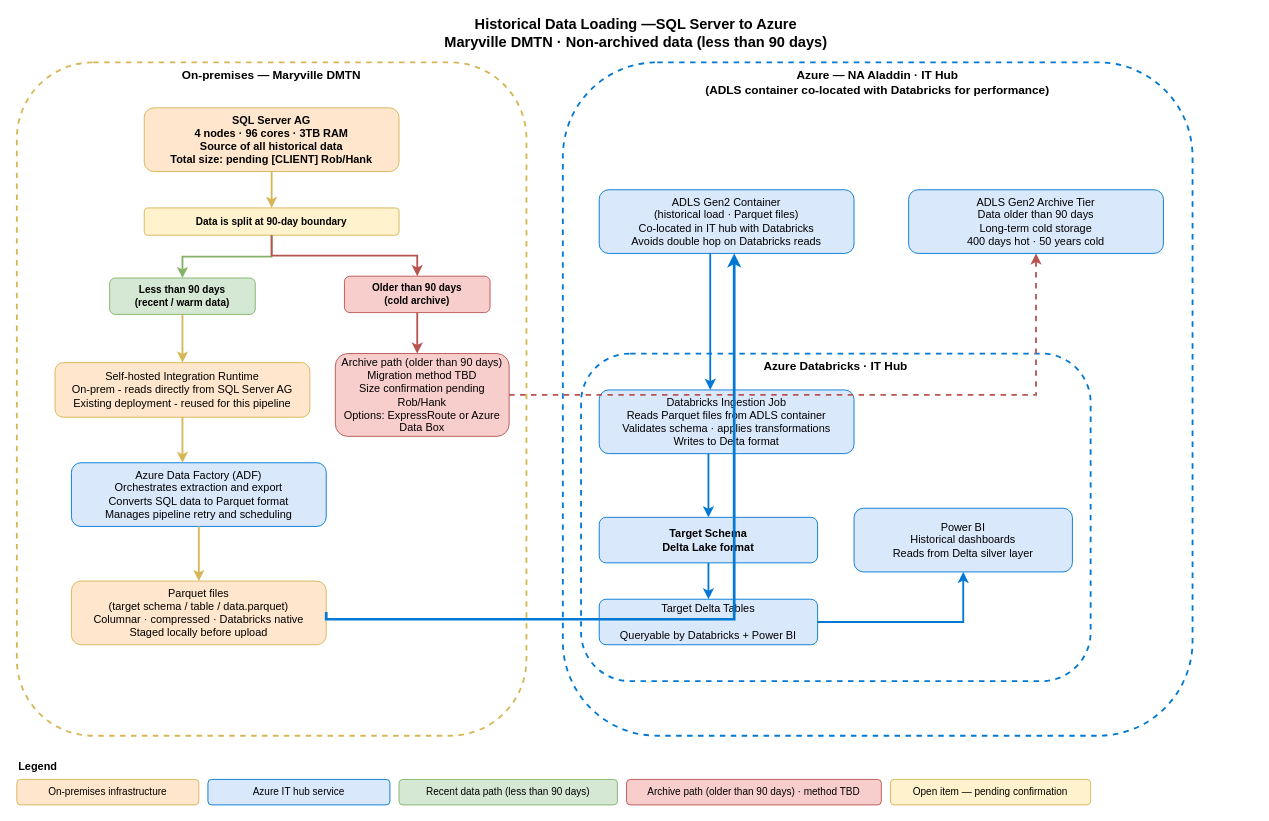
avinashr-insight/manufacturing-iot keeps this draw.io diagram as historical-data-loading.drawio. Above is the earlier version. Source tidied: cells renumbered, new cells numbered last; positions are measured from the earlier drawing's top-left corner, leaving out a move shared by most shapes. Both pictures are drawn from the tidied source at 91%, with x=0, y=0 at pixel (16, 16).
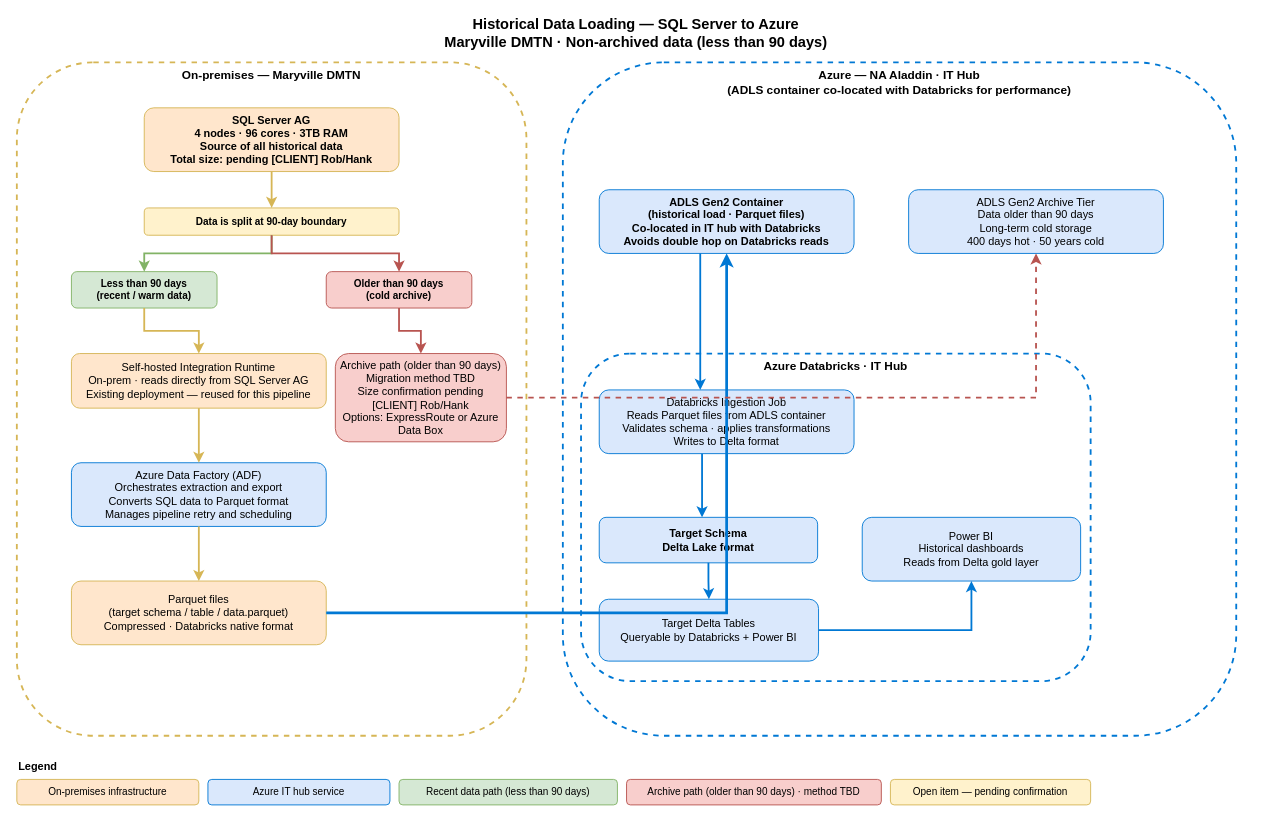
The same page after the edit.

Unchanged cells that the change refers to:
```xml
<mxCell id="9" value="Azure Data Factory (ADF)&#10;Orchestrates extraction and export&#10;Converts SQL data to Parquet format&#10;Manages pipeline retry and scheduling" style="rounded=1;whiteSpace=wrap;html=1;fillColor=#dae8fc;strokeColor=#0078d4;fontSize=12;" parent="1" vertex="1">
  <mxGeometry x="60" y="490" width="280" height="70" as="geometry" />
</mxCell>
<mxCell id="16" value="Databricks Ingestion Job&#10;Reads Parquet files from ADLS container&#10;Validates schema · applies transformations&#10;Writes to Delta format" style="rounded=1;whiteSpace=wrap;html=1;fillColor=#dae8fc;strokeColor=#0078d4;fontSize=12;" parent="1" vertex="1">
  <mxGeometry x="640" y="410" width="280" height="70" as="geometry" />
</mxCell>
<mxCell id="17" value="Target Schema&#10;Delta Lake format" style="rounded=1;whiteSpace=wrap;html=1;fillColor=#dae8fc;strokeColor=#0078d4;fontSize=12;fontStyle=1;" parent="1" vertex="1">
  <mxGeometry x="640" y="550" width="240" height="50" as="geometry" />
</mxCell>
```

What changed in the source:
```diff
@@
-    <mxCell id="2" value="Historical Data Loading —SQL Server to Azure&lt;br&gt;Maryville DMTN · Non-archived data (less than 90 days)" style="text;html=1;strokeColor=none;fillColor=none;align=center;verticalAlign=middle;fontSize=16;fontStyle=1;" parent="1" vertex="1">
+    <mxCell id="2" value="Historical Data Loading — SQL Server to Azure&#10;Maryville DMTN · Non-archived data (less than 90 days)" style="text;html=1;strokeColor=none;fillColor=none;align=center;verticalAlign=middle;fontSize=16;fontStyle=1;" parent="1" vertex="1">
       <mxGeometry width="1360" height="36" as="geometry" />
     </mxCell>
@@
     <mxCell id="6" value="Less than 90 days&#10;(recent / warm data)" style="rounded=1;whiteSpace=wrap;html=1;fillColor=#d5e8d4;strokeColor=#82b366;fontSize=11;fontStyle=1;" parent="1" vertex="1">
-      <mxGeometry x="102" y="287" width="160" height="40" as="geometry" />
+      <mxGeometry x="60" y="280" width="160" height="40" as="geometry" />
     </mxCell>
     <mxCell id="7" value="Older than 90 days&#10;(cold archive)" style="rounded=1;whiteSpace=wrap;html=1;fillColor=#f8cecc;strokeColor=#b85450;fontSize=11;fontStyle=1;" parent="1" vertex="1">
-      <mxGeometry x="360" y="285" width="160" height="40" as="geometry" />
+      <mxGeometry x="340" y="280" width="160" height="40" as="geometry" />
     </mxCell>
-    <mxCell id="8" value="Self-hosted Integration Runtime&lt;br&gt;On-prem - reads directly from SQL Server AG&lt;br&gt;Existing deployment - reused for this pipeline" style="rounded=1;whiteSpace=wrap;html=1;fillColor=#ffe6cc;strokeColor=#d6b656;fontSize=12;" parent="1" vertex="1">
-      <mxGeometry x="42" y="380" width="280" height="60" as="geometry" />
+    <mxCell id="8" value="Self-hosted Integration Runtime&#10;On-prem · reads directly from SQL Server AG&#10;Existing deployment — reused for this pipeline" style="rounded=1;whiteSpace=wrap;html=1;fillColor=#ffe6cc;strokeColor=#d6b656;fontSize=12;" parent="1" vertex="1">
+      <mxGeometry x="60" y="370" width="280" height="60" as="geometry" />
     </mxCell>
@@
-    <mxCell id="10" value="Parquet files&#10;(target schema / table / data.parquet)&#10;Columnar · compressed · Databricks native&#10;Staged locally before upload" style="rounded=1;whiteSpace=wrap;html=1;fillColor=#ffe6cc;strokeColor=#d6b656;fontSize=12;" parent="1" vertex="1">
+    <mxCell id="10" value="Parquet files&#10;(target schema / table / data.parquet)&#10;Compressed · Databricks native format" style="rounded=1;whiteSpace=wrap;html=1;fillColor=#ffe6cc;strokeColor=#d6b656;fontSize=12;" parent="1" vertex="1">
       <mxGeometry x="60" y="620" width="280" height="70" as="geometry" />
     </mxCell>
-    <mxCell id="11" value="Archive path (older than 90 days)&lt;br&gt;Migration method TBD&lt;br&gt;Size confirmation pending Rob/Hank&lt;br&gt;Options: ExpressRoute or Azure Data Box" style="rounded=1;whiteSpace=wrap;html=1;fillColor=#f8cecc;strokeColor=#b85450;fontSize=12;" parent="1" vertex="1">
-      <mxGeometry x="350" y="370" width="191" height="91" as="geometry" />
+    <mxCell id="11" value="Archive path (older than 90 days)&#10;Migration method TBD&#10;Size confirmation pending [CLIENT] Rob/Hank&#10;Options: ExpressRoute or Azure Data Box" style="rounded=1;whiteSpace=wrap;html=1;fillColor=#f8cecc;strokeColor=#b85450;fontSize=12;" parent="1" vertex="1">
+      <mxGeometry x="350" y="370" width="188" height="97" as="geometry" />
     </mxCell>
     <mxCell id="12" value="Azure — NA Aladdin · IT Hub&#10;(ADLS container co-located with Databricks for performance)" style="rounded=1;whiteSpace=wrap;html=1;fillColor=none;strokeColor=#0078d4;dashed=1;fontSize=13;fontStyle=1;verticalAlign=top;strokeWidth=2;" parent="1" vertex="1">
-      <mxGeometry x="600" y="50" width="692" height="740" as="geometry" />
+      <mxGeometry x="600" y="50" width="740" height="740" as="geometry" />
     </mxCell>
-    <mxCell id="13" value="&lt;span style=&quot;font-weight: normal;&quot;&gt;ADLS Gen2 Container&lt;br&gt;(historical load · Parquet files)&lt;br&gt;Co-located in IT hub with Databricks&lt;br&gt;Avoids double hop on Databricks reads&lt;/span&gt;" style="rounded=1;whiteSpace=wrap;html=1;fillColor=#dae8fc;strokeColor=#0078d4;fontSize=12;fontStyle=1;" parent="1" vertex="1">
+    <mxCell id="13" value="ADLS Gen2 Container&#10;(historical load · Parquet files)&#10;Co-located in IT hub with Databricks&#10;Avoids double hop on Databricks reads" style="rounded=1;whiteSpace=wrap;html=1;fillColor=#dae8fc;strokeColor=#0078d4;fontSize=12;fontStyle=1;" parent="1" vertex="1">
       <mxGeometry x="640" y="190" width="280" height="70" as="geometry" />
     </mxCell>
@@
-    <mxCell id="18" value="Target Delta Tables&lt;div&gt;&lt;br&gt;Queryable by Databricks + Power BI&lt;/div&gt;" style="rounded=1;whiteSpace=wrap;html=1;fillColor=#dae8fc;strokeColor=#0078d4;fontSize=12;" parent="1" vertex="1">
-      <mxGeometry x="640" y="640" width="240" height="50" as="geometry" />
+    <mxCell id="18" value="Target Delta Tables&#10;Queryable by Databricks + Power BI" style="rounded=1;whiteSpace=wrap;html=1;fillColor=#dae8fc;strokeColor=#0078d4;fontSize=12;" parent="1" vertex="1">
+      <mxGeometry x="640" y="640" width="241" height="68" as="geometry" />
     </mxCell>
-    <mxCell id="19" value="Power BI&lt;br&gt;Historical dashboards&lt;br&gt;Reads from Delta silver layer" style="rounded=1;whiteSpace=wrap;html=1;fillColor=#dae8fc;strokeColor=#0078d4;fontSize=12;" parent="1" vertex="1">
-      <mxGeometry x="920" y="540" width="240" height="70" as="geometry" />
+    <mxCell id="19" value="Power BI&#10;Historical dashboards&#10;Reads from Delta gold layer" style="rounded=1;whiteSpace=wrap;html=1;fillColor=#dae8fc;strokeColor=#0078d4;fontSize=12;" parent="1" vertex="1">
+      <mxGeometry x="929" y="550" width="240" height="70" as="geometry" />
     </mxCell>
@@
     <mxCell id="24" style="edgeStyle=orthogonalEdgeStyle;rounded=0;html=1;strokeColor=#b85450;strokeWidth=2;" parent="1" edge="1" source="7" target="11">
-      <mxGeometry relative="1" as="geometry">
-        <Array as="points">
-          <mxPoint x="440" y="358" />
-          <mxPoint x="440" y="358" />
-        </Array>
-      </mxGeometry>
+      <mxGeometry relative="1" as="geometry" />
     </mxCell>
     <mxCell id="25" style="edgeStyle=orthogonalEdgeStyle;rounded=0;html=1;strokeColor=#d6b656;strokeWidth=2;" parent="1" edge="1" source="8" target="9">
-      <mxGeometry relative="1" as="geometry">
-        <Array as="points">
-          <mxPoint x="182" y="479" />
-          <mxPoint x="182" y="479" />
-        </Array>
-      </mxGeometry>
+      <mxGeometry relative="1" as="geometry" />
     </mxCell>
@@
-    <mxCell id="27" style="edgeStyle=orthogonalEdgeStyle;rounded=0;html=1;strokeColor=#0078d4;strokeWidth=3;exitX=1.006;exitY=0.486;exitDx=0;exitDy=0;exitPerimeter=0;" parent="1" edge="1">
-      <mxGeometry relative="1" as="geometry">
-        <mxPoint x="340" y="654" as="sourcePoint" />
-        <mxPoint x="788.3" y="260" as="targetPoint" />
-        <Array as="points">
-          <mxPoint x="340" y="662" />
-          <mxPoint x="788" y="662" />
-        </Array>
-      </mxGeometry>
+    <mxCell id="27" style="edgeStyle=orthogonalEdgeStyle;rounded=0;html=1;strokeColor=#0078d4;strokeWidth=3;" parent="1" edge="1" source="10" target="13">
+      <mxGeometry relative="1" as="geometry" />
     </mxCell>
@@
     <mxCell id="29" style="edgeStyle=orthogonalEdgeStyle;rounded=0;html=1;strokeColor=#0078d4;strokeWidth=2;" parent="1" edge="1" source="13" target="16">
       <mxGeometry relative="1" as="geometry">
         <Array as="points">
-          <mxPoint x="762" y="330" />
-          <mxPoint x="762" y="330" />
+          <mxPoint x="751" y="334" />
+          <mxPoint x="751" y="334" />
         </Array>
       </mxGeometry>
     </mxCell>
     <mxCell id="30" style="edgeStyle=orthogonalEdgeStyle;rounded=0;html=1;strokeColor=#0078d4;strokeWidth=2;" parent="1" edge="1" source="16" target="17">
       <mxGeometry relative="1" as="geometry">
         <Array as="points">
-          <mxPoint x="760" y="497" />
-          <mxPoint x="760" y="497" />
+          <mxPoint x="753" y="530" />
+          <mxPoint x="753" y="530" />
         </Array>
       </mxGeometry>
     </mxCell>
```
